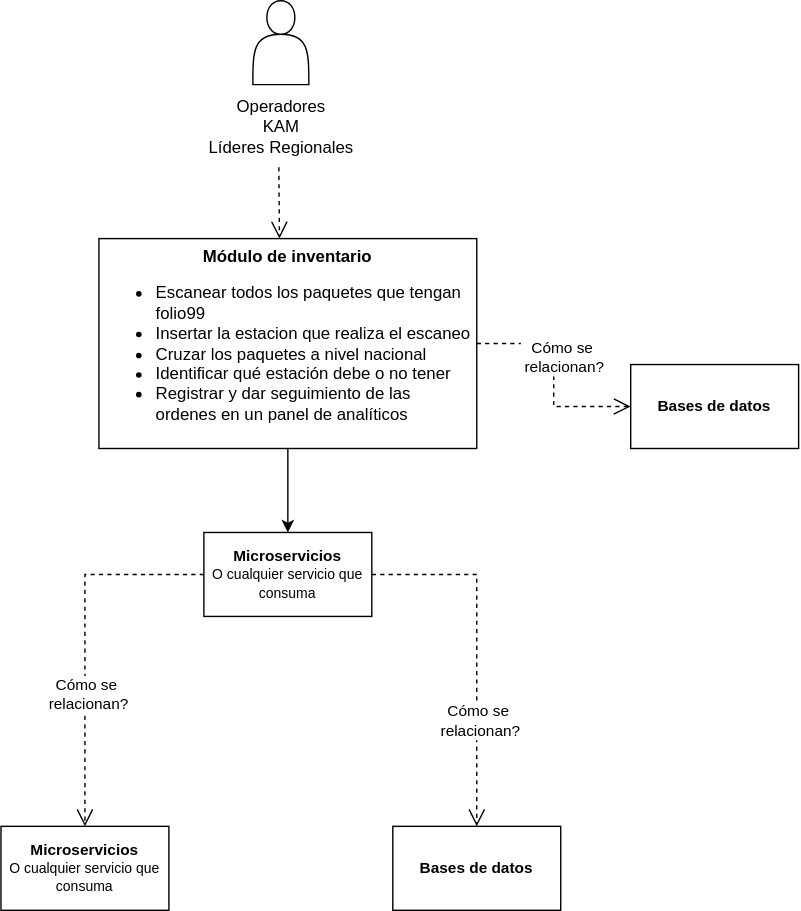
Before: Diagrama C2 Módulo de inventario.drawio.svg, a diagram exported from draw.io (dani99m/Diagramas). Source tidied: cells renumbered, new cells last; positions are measured from the earlier drawing's top-left corner, leaving out a move shared by most shapes.
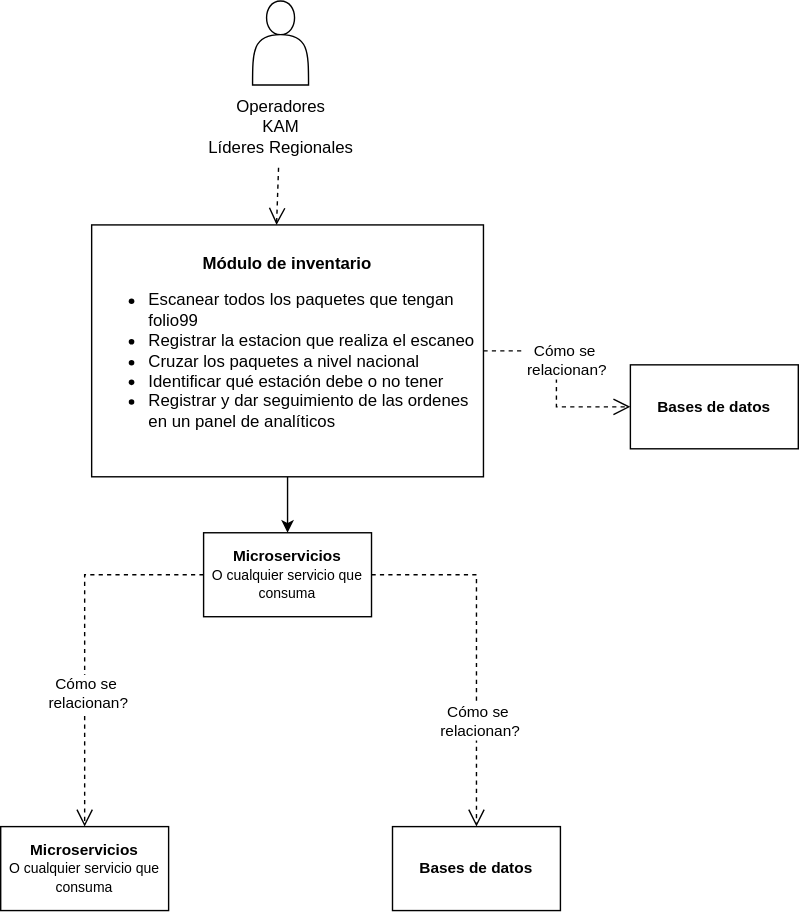
After the commit.

Change to the diagram source:
```diff
@@ -12,8 +12,10 @@
         <mxPoint x="187.1" y="911.8" as="targetPoint" />
       </mxGeometry>
     </mxCell>
-    <mxCell id="4" style="rounded=0;html=1;dashed=1;labelBackgroundColor=none;startFill=0;endArrow=open;endFill=0;endSize=10;fontFamily=Verdana;fontSize=10;entryX=0.481;entryY=0;entryPerimeter=0;edgeStyle=elbowEdgeStyle;exitX=0.489;exitY=0.985;exitDx=0;exitDy=0;exitPerimeter=0;entryDx=0;entryDy=0;" parent="1" edge="1" source="6" target="8">
-      <mxGeometry relative="1" as="geometry" />
+    <mxCell id="4" style="rounded=0;html=1;dashed=1;labelBackgroundColor=none;startFill=0;endArrow=open;endFill=0;endSize=10;fontFamily=Verdana;fontSize=10;edgeStyle=elbowEdgeStyle;exitX=0.489;exitY=0.985;exitDx=0;exitDy=0;exitPerimeter=0;" parent="1" edge="1" source="6">
+      <mxGeometry relative="1" as="geometry">
+        <mxPoint x="197" y="160" as="targetPoint" />
+      </mxGeometry>
     </mxCell>
     <mxCell id="5" style="shape=actor;whiteSpace=wrap;html=1;" parent="1" vertex="1">
       <mxGeometry x="180" width="40" height="60" as="geometry" />
@@ -24,8 +26,8 @@
     <mxCell id="7" style="edgeStyle=orthogonalEdgeStyle;rounded=0;jettySize=auto;html=1;" parent="1" edge="1" source="8" target="10">
       <mxGeometry relative="1" as="geometry" />
     </mxCell>
-    <mxCell id="8" value="&lt;font style=&quot;&quot;&gt;&lt;b style=&quot;font-size: 12px;&quot;&gt;Módulo de inventario&lt;/b&gt;&lt;br&gt;&lt;div style=&quot;text-align: left;&quot;&gt;&lt;ul&gt;&lt;li&gt;&lt;span style=&quot;font-size: 12px;&quot;&gt;Escanear todos los paquetes que tengan folio99&lt;/span&gt;&lt;/li&gt;&lt;li&gt;&lt;span style=&quot;font-size: 12px;&quot;&gt;Insertar la estacion que realiza el escaneo&lt;/span&gt;&lt;/li&gt;&lt;li&gt;&lt;span style=&quot;font-size: 12px;&quot;&gt;Cruzar los paquetes a nivel nacional&lt;/span&gt;&lt;/li&gt;&lt;li&gt;&lt;span style=&quot;font-size: 12px;&quot;&gt;Identificar qué estación debe o no tener&lt;/span&gt;&lt;/li&gt;&lt;li&gt;&lt;span style=&quot;font-size: 12px;&quot;&gt;Registrar y dar seguimiento de las ordenes en un panel de analíticos&lt;/span&gt;&lt;/li&gt;&lt;/ul&gt;&lt;/div&gt;&lt;/font&gt;" style="rounded=0;whiteSpace=wrap;html=1;" parent="1" vertex="1">
-      <mxGeometry x="70" y="170" width="270" height="150" as="geometry" />
+    <mxCell id="8" value="&lt;font style=&quot;&quot;&gt;&lt;b style=&quot;font-size: 12px;&quot;&gt;Módulo de inventario&lt;/b&gt;&lt;br&gt;&lt;div style=&quot;text-align: left;&quot;&gt;&lt;ul&gt;&lt;li&gt;&lt;span style=&quot;font-size: 12px;&quot;&gt;Escanear todos los paquetes que tengan folio99&lt;/span&gt;&lt;/li&gt;&lt;li&gt;&lt;span style=&quot;font-size: 12px;&quot;&gt;Registrar la estacion que realiza el escaneo&lt;/span&gt;&lt;/li&gt;&lt;li&gt;&lt;span style=&quot;font-size: 12px;&quot;&gt;Cruzar los paquetes a nivel nacional&lt;/span&gt;&lt;/li&gt;&lt;li&gt;&lt;span style=&quot;font-size: 12px;&quot;&gt;Identificar qué estación debe o no tener&lt;/span&gt;&lt;/li&gt;&lt;li&gt;&lt;span style=&quot;font-size: 12px;&quot;&gt;Registrar y dar seguimiento de las ordenes en un panel de analíticos&lt;/span&gt;&lt;/li&gt;&lt;/ul&gt;&lt;/div&gt;&lt;/font&gt;" style="rounded=0;whiteSpace=wrap;html=1;" parent="1" vertex="1">
+      <mxGeometry x="65" y="160" width="280" height="180" as="geometry" />
     </mxCell>
     <mxCell id="9" value="&lt;b&gt;Bases de datos&lt;/b&gt;" style="rounded=0;whiteSpace=wrap;html=1;fontSize=11;" parent="1" vertex="1">
       <mxGeometry x="450" y="260" width="120" height="60" as="geometry" />
```
